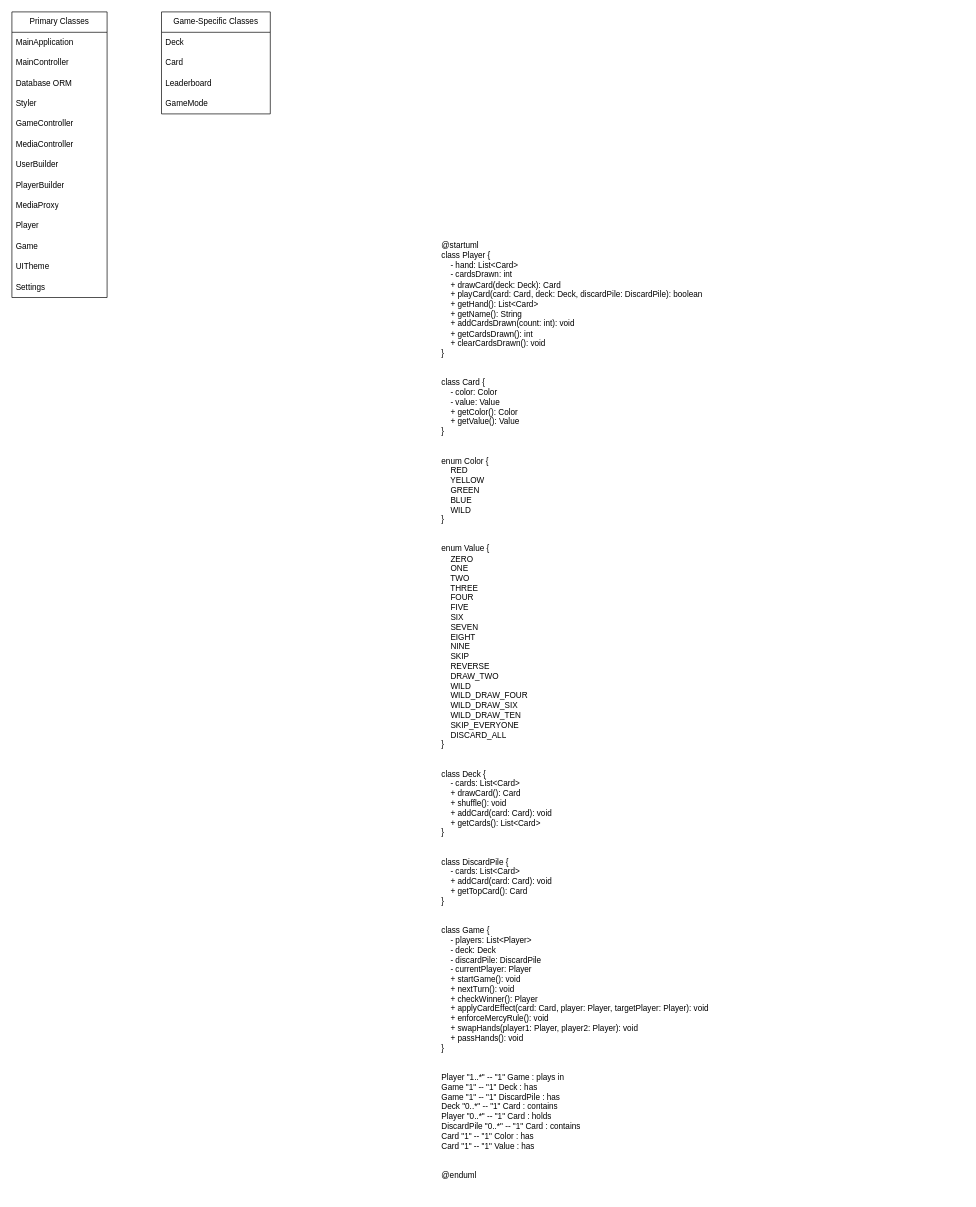
Above: page "Page-1" (1 of 2) of JavaRiceUML.drawio in TLEV6500/CSIT228-F2_Capstone_JavaRice (draw.io), before the change. Source tidied: cells renumbered, new cells numbered last; positions are measured from the earlier drawing's top-left corner, leaving out a move shared by most shapes. Both pictures are drawn from the tidied source at 68%, with x=0, y=0 at pixel (12, 12).
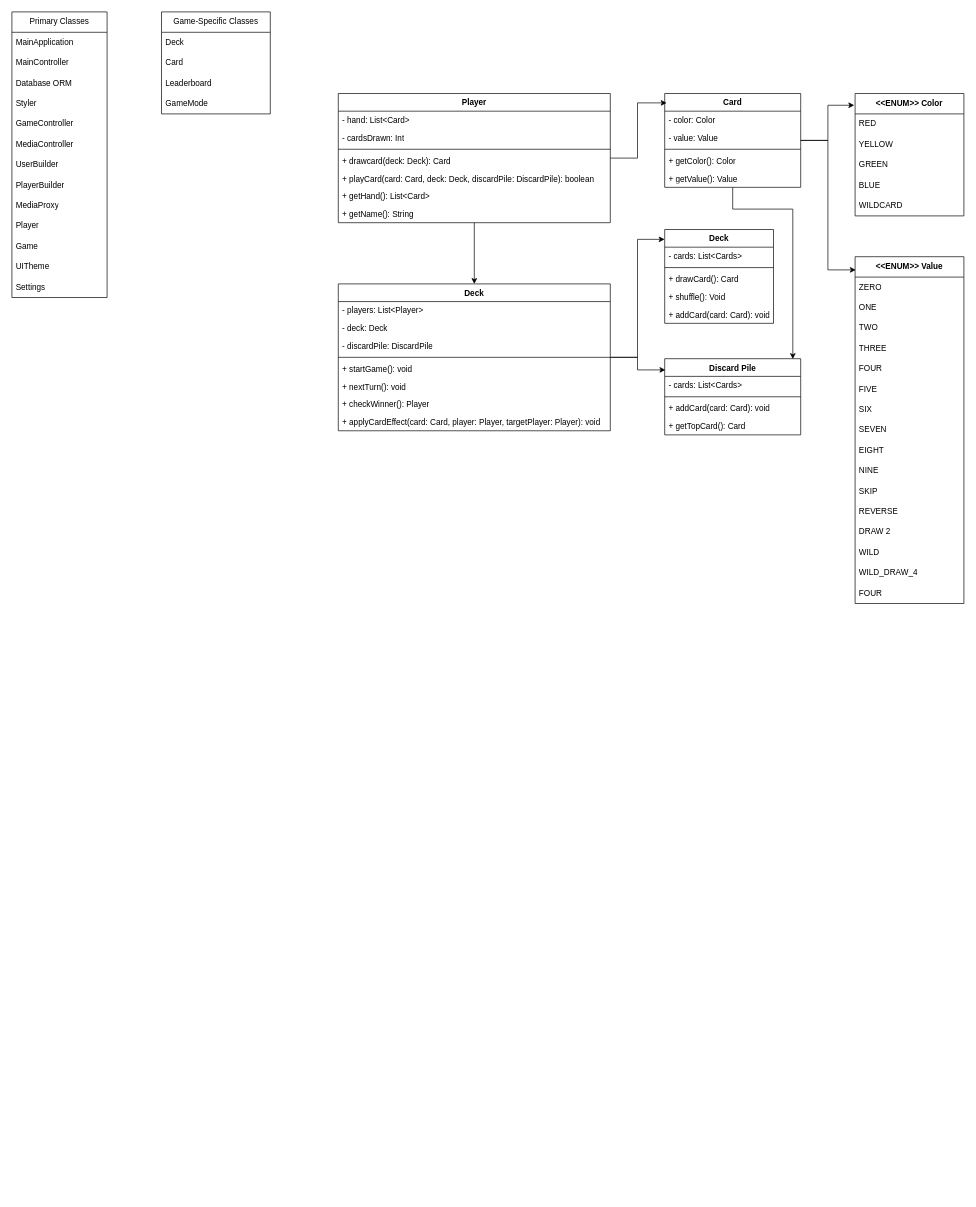
The same diagram, later.

Diff of the diagram source:
```diff
@@
-    <mxCell id="21" value="@startuml&#10;class Player {&#10;    - hand: List&lt;Card&gt;&#10;    - cardsDrawn: int&#10;    + drawCard(deck: Deck): Card&#10;    + playCard(card: Card, deck: Deck, discardPile: DiscardPile): boolean&#10;    + getHand(): List&lt;Card&gt;&#10;    + getName(): String&#10;    + addCardsDrawn(count: int): void&#10;    + getCardsDrawn(): int&#10;    + clearCardsDrawn(): void&#10;}&#10;&#10;&#10;class Card {&#10;    - color: Color&#10;    - value: Value&#10;    + getColor(): Color&#10;    + getValue(): Value&#10;}&#10;&#10;&#10;enum Color {&#10;    RED&#10;    YELLOW&#10;    GREEN&#10;    BLUE&#10;    WILD&#10;}&#10;&#10;&#10;enum Value {&#10;    ZERO&#10;    ONE&#10;    TWO&#10;    THREE&#10;    FOUR&#10;    FIVE&#10;    SIX&#10;    SEVEN&#10;    EIGHT&#10;    NINE&#10;    SKIP&#10;    REVERSE&#10;    DRAW_TWO&#10;    WILD&#10;    WILD_DRAW_FOUR&#10;    WILD_DRAW_SIX&#10;    WILD_DRAW_TEN&#10;    SKIP_EVERYONE&#10;    DISCARD_ALL&#10;}&#10;&#10;&#10;class Deck {&#10;    - cards: List&lt;Card&gt;&#10;    + drawCard(): Card&#10;    + shuffle(): void&#10;    + addCard(card: Card): void&#10;    + getCards(): List&lt;Card&gt;&#10;}&#10;&#10;&#10;class DiscardPile {&#10;    - cards: List&lt;Card&gt;&#10;    + addCard(card: Card): void&#10;    + getTopCard(): Card&#10;}&#10;&#10;&#10;class Game {&#10;    - players: List&lt;Player&gt;&#10;    - deck: Deck&#10;    - discardPile: DiscardPile&#10;    - currentPlayer: Player&#10;    + startGame(): void&#10;    + nextTurn(): void&#10;    + checkWinner(): Player&#10;    + applyCardEffect(card: Card, player: Player, targetPlayer: Player): void&#10;    + enforceMercyRule(): void&#10;    + swapHands(player1: Player, player2: Player): void&#10;    + passHands(): void&#10;}&#10;&#10;&#10;Player &quot;1..*&quot; -- &quot;1&quot; Game : plays in&#10;Game &quot;1&quot; -- &quot;1&quot; Deck : has&#10;Game &quot;1&quot; -- &quot;1&quot; DiscardPile : has&#10;Deck &quot;0..*&quot; -- &quot;1&quot; Card : contains&#10;Player &quot;0..*&quot; -- &quot;1&quot; Card : holds&#10;DiscardPile &quot;0..*&quot; -- &quot;1&quot; Card : contains&#10;Card &quot;1&quot; -- &quot;1&quot; Color : has&#10;Card &quot;1&quot; -- &quot;1&quot; Value : has&#10;&#10;&#10;@enduml" style="text;whiteSpace=wrap;" parent="1" vertex="1">
-      <mxGeometry x="630" y="330" width="430" height="1410" as="geometry" />
-    </mxCell>
+    <mxCell id="22" style="edgeStyle=orthogonalEdgeStyle;rounded=0;jettySize=auto;html=1;entryX=0.5;entryY=0;entryDx=0;entryDy=0;" parent="1" edge="1" source="23" target="66">
+      <mxGeometry relative="1" as="geometry" />
+    </mxCell>
+    <mxCell id="23" value="Player" style="swimlane;fontStyle=1;align=center;verticalAlign=top;horizontal=1;startSize=26;whiteSpace=wrap;html=1;" parent="1" vertex="1">
+      <mxGeometry x="480" y="120" width="400" height="190" as="geometry" />
+    </mxCell>
+    <mxCell id="24" value="- hand: List&amp;lt;Card&amp;gt;" style="text;strokeColor=none;fillColor=none;align=left;verticalAlign=top;spacingLeft=4;spacingRight=4;overflow=hidden;whiteSpace=wrap;html=1;" parent="23" vertex="1">
+      <mxGeometry y="26" width="400" height="26" as="geometry" />
+    </mxCell>
+    <mxCell id="25" value="- cardsDrawn: Int" style="text;strokeColor=none;fillColor=none;align=left;verticalAlign=top;spacingLeft=4;spacingRight=4;overflow=hidden;whiteSpace=wrap;html=1;" parent="23" vertex="1">
+      <mxGeometry y="52" width="400" height="26" as="geometry" />
+    </mxCell>
+    <mxCell id="26" style="line;strokeWidth=1;fillColor=none;align=left;verticalAlign=middle;spacingTop=-1;spacingLeft=3;spacingRight=3;labelPosition=right;strokeColor=inherit;" parent="23" vertex="1">
+      <mxGeometry y="78" width="400" height="8" as="geometry" />
+    </mxCell>
+    <mxCell id="27" value="+ drawcard(deck: Deck): Card" style="text;strokeColor=none;fillColor=none;align=left;verticalAlign=top;spacingLeft=4;spacingRight=4;overflow=hidden;whiteSpace=wrap;html=1;" parent="23" vertex="1">
+      <mxGeometry y="86" width="400" height="26" as="geometry" />
+    </mxCell>
+    <mxCell id="28" value="+ playCard(card: Card, deck: Deck, discardPile: DiscardPile): boolean" style="text;strokeColor=none;fillColor=none;align=left;verticalAlign=top;spacingLeft=4;spacingRight=4;overflow=hidden;whiteSpace=wrap;html=1;" parent="23" vertex="1">
+      <mxGeometry y="112" width="400" height="26" as="geometry" />
+    </mxCell>
+    <mxCell id="29" value="+ getHand(): List&amp;lt;Card&amp;gt;" style="text;strokeColor=none;fillColor=none;align=left;verticalAlign=top;spacingLeft=4;spacingRight=4;overflow=hidden;whiteSpace=wrap;html=1;" parent="23" vertex="1">
+      <mxGeometry y="138" width="400" height="26" as="geometry" />
+    </mxCell>
+    <mxCell id="30" value="+ getName(): String" style="text;strokeColor=none;fillColor=none;align=left;verticalAlign=top;spacingLeft=4;spacingRight=4;overflow=hidden;whiteSpace=wrap;html=1;" parent="23" vertex="1">
+      <mxGeometry y="164" width="400" height="26" as="geometry" />
+    </mxCell>
+    <mxCell id="31" value="Card" style="swimlane;fontStyle=1;align=center;verticalAlign=top;horizontal=1;startSize=26;whiteSpace=wrap;html=1;" parent="1" vertex="1">
+      <mxGeometry x="960" y="120" width="200" height="138" as="geometry" />
+    </mxCell>
+    <mxCell id="32" value="- color: Color" style="text;strokeColor=none;fillColor=none;align=left;verticalAlign=top;spacingLeft=4;spacingRight=4;overflow=hidden;whiteSpace=wrap;html=1;" parent="31" vertex="1">
+      <mxGeometry y="26" width="200" height="26" as="geometry" />
+    </mxCell>
+    <mxCell id="33" value="- value: Value" style="text;strokeColor=none;fillColor=none;align=left;verticalAlign=top;spacingLeft=4;spacingRight=4;overflow=hidden;whiteSpace=wrap;html=1;" parent="31" vertex="1">
+      <mxGeometry y="52" width="200" height="26" as="geometry" />
+    </mxCell>
+    <mxCell id="34" style="line;strokeWidth=1;fillColor=none;align=left;verticalAlign=middle;spacingTop=-1;spacingLeft=3;spacingRight=3;labelPosition=right;strokeColor=inherit;" parent="31" vertex="1">
+      <mxGeometry y="78" width="200" height="8" as="geometry" />
+    </mxCell>
+    <mxCell id="35" value="+ getColor(): Color" style="text;strokeColor=none;fillColor=none;align=left;verticalAlign=top;spacingLeft=4;spacingRight=4;overflow=hidden;whiteSpace=wrap;html=1;" parent="31" vertex="1">
+      <mxGeometry y="86" width="200" height="26" as="geometry" />
+    </mxCell>
+    <mxCell id="36" value="+ getValue(): Value" style="text;strokeColor=none;fillColor=none;align=left;verticalAlign=top;spacingLeft=4;spacingRight=4;overflow=hidden;whiteSpace=wrap;html=1;" parent="31" vertex="1">
+      <mxGeometry y="112" width="200" height="26" as="geometry" />
+    </mxCell>
+    <mxCell id="37" value="&lt;span style=&quot;font-weight: 700;&quot;&gt;&amp;lt;&amp;lt;ENUM&amp;gt;&amp;gt; Color&lt;/span&gt;" style="swimlane;fontStyle=0;horizontal=1;startSize=30;whiteSpace=wrap;html=1;" parent="1" vertex="1">
+      <mxGeometry x="1240" y="120" width="160" height="180" as="geometry" />
+    </mxCell>
+    <mxCell id="38" value="RED" style="text;strokeColor=none;fillColor=none;align=left;verticalAlign=middle;spacingLeft=4;spacingRight=4;overflow=hidden;whiteSpace=wrap;html=1;" parent="37" vertex="1">
+      <mxGeometry y="30" width="160" height="30" as="geometry" />
+    </mxCell>
+    <mxCell id="39" value="YELLOW" style="text;strokeColor=none;fillColor=none;align=left;verticalAlign=middle;spacingLeft=4;spacingRight=4;overflow=hidden;whiteSpace=wrap;html=1;" parent="37" vertex="1">
+      <mxGeometry y="60" width="160" height="30" as="geometry" />
+    </mxCell>
+    <mxCell id="40" value="GREEN" style="text;strokeColor=none;fillColor=none;align=left;verticalAlign=middle;spacingLeft=4;spacingRight=4;overflow=hidden;whiteSpace=wrap;html=1;" parent="37" vertex="1">
+      <mxGeometry y="90" width="160" height="30" as="geometry" />
+    </mxCell>
+    <mxCell id="41" value="BLUE" style="text;strokeColor=none;fillColor=none;align=left;verticalAlign=middle;spacingLeft=4;spacingRight=4;overflow=hidden;whiteSpace=wrap;html=1;" parent="37" vertex="1">
+      <mxGeometry y="120" width="160" height="30" as="geometry" />
+    </mxCell>
+    <mxCell id="42" value="WILDCARD" style="text;strokeColor=none;fillColor=none;align=left;verticalAlign=middle;spacingLeft=4;spacingRight=4;overflow=hidden;whiteSpace=wrap;html=1;" parent="37" vertex="1">
+      <mxGeometry y="150" width="160" height="30" as="geometry" />
+    </mxCell>
+    <mxCell id="43" value="&lt;span style=&quot;font-weight: 700;&quot;&gt;&amp;lt;&amp;lt;ENUM&amp;gt;&amp;gt; Value&lt;/span&gt;" style="swimlane;fontStyle=0;horizontal=1;startSize=30;whiteSpace=wrap;html=1;" parent="1" vertex="1">
+      <mxGeometry x="1240" y="360" width="160" height="510" as="geometry" />
+    </mxCell>
+    <mxCell id="44" value="ZERO" style="text;strokeColor=none;fillColor=none;align=left;verticalAlign=middle;spacingLeft=4;spacingRight=4;overflow=hidden;whiteSpace=wrap;html=1;" parent="43" vertex="1">
+      <mxGeometry y="30" width="160" height="30" as="geometry" />
+    </mxCell>
+    <mxCell id="45" value="ONE" style="text;strokeColor=none;fillColor=none;align=left;verticalAlign=middle;spacingLeft=4;spacingRight=4;overflow=hidden;whiteSpace=wrap;html=1;" parent="43" vertex="1">
+      <mxGeometry y="60" width="160" height="30" as="geometry" />
+    </mxCell>
+    <mxCell id="46" value="TWO" style="text;strokeColor=none;fillColor=none;align=left;verticalAlign=middle;spacingLeft=4;spacingRight=4;overflow=hidden;whiteSpace=wrap;html=1;" parent="43" vertex="1">
+      <mxGeometry y="90" width="160" height="30" as="geometry" />
+    </mxCell>
+    <mxCell id="47" value="THREE" style="text;strokeColor=none;fillColor=none;align=left;verticalAlign=middle;spacingLeft=4;spacingRight=4;overflow=hidden;whiteSpace=wrap;html=1;" parent="43" vertex="1">
+      <mxGeometry y="120" width="160" height="30" as="geometry" />
+    </mxCell>
+    <mxCell id="48" value="FOUR" style="text;strokeColor=none;fillColor=none;align=left;verticalAlign=middle;spacingLeft=4;spacingRight=4;overflow=hidden;whiteSpace=wrap;html=1;" parent="43" vertex="1">
+      <mxGeometry y="150" width="160" height="30" as="geometry" />
+    </mxCell>
+    <mxCell id="49" value="FIVE" style="text;strokeColor=none;fillColor=none;align=left;verticalAlign=middle;spacingLeft=4;spacingRight=4;overflow=hidden;whiteSpace=wrap;html=1;" parent="43" vertex="1">
+      <mxGeometry y="180" width="160" height="30" as="geometry" />
+    </mxCell>
+    <mxCell id="50" value="SIX" style="text;strokeColor=none;fillColor=none;align=left;verticalAlign=middle;spacingLeft=4;spacingRight=4;overflow=hidden;whiteSpace=wrap;html=1;" parent="43" vertex="1">
+      <mxGeometry y="210" width="160" height="30" as="geometry" />
+    </mxCell>
+    <mxCell id="51" value="SEVEN" style="text;strokeColor=none;fillColor=none;align=left;verticalAlign=middle;spacingLeft=4;spacingRight=4;overflow=hidden;whiteSpace=wrap;html=1;" parent="43" vertex="1">
+      <mxGeometry y="240" width="160" height="30" as="geometry" />
+    </mxCell>
+    <mxCell id="52" value="EIGHT" style="text;strokeColor=none;fillColor=none;align=left;verticalAlign=middle;spacingLeft=4;spacingRight=4;overflow=hidden;whiteSpace=wrap;html=1;" parent="43" vertex="1">
+      <mxGeometry y="270" width="160" height="30" as="geometry" />
+    </mxCell>
+    <mxCell id="53" value="NINE" style="text;strokeColor=none;fillColor=none;align=left;verticalAlign=middle;spacingLeft=4;spacingRight=4;overflow=hidden;whiteSpace=wrap;html=1;" parent="43" vertex="1">
+      <mxGeometry y="300" width="160" height="30" as="geometry" />
+    </mxCell>
+    <mxCell id="54" value="SKIP" style="text;strokeColor=none;fillColor=none;align=left;verticalAlign=middle;spacingLeft=4;spacingRight=4;overflow=hidden;whiteSpace=wrap;html=1;" parent="43" vertex="1">
+      <mxGeometry y="330" width="160" height="30" as="geometry" />
+    </mxCell>
+    <mxCell id="55" value="REVERSE" style="text;strokeColor=none;fillColor=none;align=left;verticalAlign=middle;spacingLeft=4;spacingRight=4;overflow=hidden;whiteSpace=wrap;html=1;" parent="43" vertex="1">
+      <mxGeometry y="360" width="160" height="30" as="geometry" />
+    </mxCell>
+    <mxCell id="56" value="DRAW 2" style="text;strokeColor=none;fillColor=none;align=left;verticalAlign=middle;spacingLeft=4;spacingRight=4;overflow=hidden;whiteSpace=wrap;html=1;" parent="43" vertex="1">
+      <mxGeometry y="390" width="160" height="30" as="geometry" />
+    </mxCell>
+    <mxCell id="57" value="WILD" style="text;strokeColor=none;fillColor=none;align=left;verticalAlign=middle;spacingLeft=4;spacingRight=4;overflow=hidden;whiteSpace=wrap;html=1;" parent="43" vertex="1">
+      <mxGeometry y="420" width="160" height="30" as="geometry" />
+    </mxCell>
+    <mxCell id="58" value="WILD_DRAW_4" style="text;strokeColor=none;fillColor=none;align=left;verticalAlign=middle;spacingLeft=4;spacingRight=4;overflow=hidden;whiteSpace=wrap;html=1;" parent="43" vertex="1">
+      <mxGeometry y="450" width="160" height="30" as="geometry" />
+    </mxCell>
+    <mxCell id="59" value="FOUR" style="text;strokeColor=none;fillColor=none;align=left;verticalAlign=middle;spacingLeft=4;spacingRight=4;overflow=hidden;whiteSpace=wrap;html=1;" parent="43" vertex="1">
+      <mxGeometry y="480" width="160" height="30" as="geometry" />
+    </mxCell>
+    <mxCell id="60" value="Deck" style="swimlane;fontStyle=1;align=center;verticalAlign=top;horizontal=1;startSize=26;whiteSpace=wrap;html=1;" parent="1" vertex="1">
+      <mxGeometry x="960" y="320" width="160" height="138" as="geometry" />
+    </mxCell>
+    <mxCell id="61" value="- cards: List&amp;lt;Cards&amp;gt;" style="text;strokeColor=none;fillColor=none;align=left;verticalAlign=top;spacingLeft=4;spacingRight=4;overflow=hidden;whiteSpace=wrap;html=1;" parent="60" vertex="1">
+      <mxGeometry y="26" width="160" height="26" as="geometry" />
+    </mxCell>
+    <mxCell id="62" style="line;strokeWidth=1;fillColor=none;align=left;verticalAlign=middle;spacingTop=-1;spacingLeft=3;spacingRight=3;labelPosition=right;strokeColor=inherit;" parent="60" vertex="1">
+      <mxGeometry y="52" width="160" height="8" as="geometry" />
+    </mxCell>
+    <mxCell id="63" value="+ drawCard(): Card" style="text;strokeColor=none;fillColor=none;align=left;verticalAlign=top;spacingLeft=4;spacingRight=4;overflow=hidden;whiteSpace=wrap;html=1;" parent="60" vertex="1">
+      <mxGeometry y="60" width="160" height="26" as="geometry" />
+    </mxCell>
+    <mxCell id="64" value="+ shuffle(): Void" style="text;strokeColor=none;fillColor=none;align=left;verticalAlign=top;spacingLeft=4;spacingRight=4;overflow=hidden;whiteSpace=wrap;html=1;" parent="60" vertex="1">
+      <mxGeometry y="86" width="160" height="26" as="geometry" />
+    </mxCell>
+    <mxCell id="65" value="+ addCard(card: Card): void" style="text;strokeColor=none;fillColor=none;align=left;verticalAlign=top;spacingLeft=4;spacingRight=4;overflow=hidden;whiteSpace=wrap;html=1;" parent="60" vertex="1">
+      <mxGeometry y="112" width="160" height="26" as="geometry" />
+    </mxCell>
+    <mxCell id="66" value="Deck" style="swimlane;fontStyle=1;align=center;verticalAlign=top;horizontal=1;startSize=26;whiteSpace=wrap;html=1;" parent="1" vertex="1">
+      <mxGeometry x="480" y="400" width="400" height="216" as="geometry" />
+    </mxCell>
+    <mxCell id="67" value="- players: List&amp;lt;Player&amp;gt;" style="text;strokeColor=none;fillColor=none;align=left;verticalAlign=top;spacingLeft=4;spacingRight=4;overflow=hidden;whiteSpace=wrap;html=1;" parent="66" vertex="1">
+      <mxGeometry y="26" width="400" height="26" as="geometry" />
+    </mxCell>
+    <mxCell id="68" value="- deck: Deck" style="text;strokeColor=none;fillColor=none;align=left;verticalAlign=top;spacingLeft=4;spacingRight=4;overflow=hidden;whiteSpace=wrap;html=1;" parent="66" vertex="1">
+      <mxGeometry y="52" width="400" height="26" as="geometry" />
+    </mxCell>
+    <mxCell id="69" value="- discardPile: DiscardPile" style="text;strokeColor=none;fillColor=none;align=left;verticalAlign=top;spacingLeft=4;spacingRight=4;overflow=hidden;whiteSpace=wrap;html=1;" parent="66" vertex="1">
+      <mxGeometry y="78" width="400" height="26" as="geometry" />
+    </mxCell>
+    <mxCell id="70" style="line;strokeWidth=1;fillColor=none;align=left;verticalAlign=middle;spacingTop=-1;spacingLeft=3;spacingRight=3;labelPosition=right;strokeColor=inherit;" parent="66" vertex="1">
+      <mxGeometry y="104" width="400" height="8" as="geometry" />
+    </mxCell>
+    <mxCell id="71" value="+ startGame(): void" style="text;strokeColor=none;fillColor=none;align=left;verticalAlign=top;spacingLeft=4;spacingRight=4;overflow=hidden;whiteSpace=wrap;html=1;" parent="66" vertex="1">
+      <mxGeometry y="112" width="400" height="26" as="geometry" />
+    </mxCell>
+    <mxCell id="72" value="+ nextTurn(): void" style="text;strokeColor=none;fillColor=none;align=left;verticalAlign=top;spacingLeft=4;spacingRight=4;overflow=hidden;whiteSpace=wrap;html=1;" parent="66" vertex="1">
+      <mxGeometry y="138" width="400" height="26" as="geometry" />
+    </mxCell>
+    <mxCell id="73" value="+ checkWinner(): Player" style="text;strokeColor=none;fillColor=none;align=left;verticalAlign=top;spacingLeft=4;spacingRight=4;overflow=hidden;whiteSpace=wrap;html=1;" parent="66" vertex="1">
+      <mxGeometry y="164" width="400" height="26" as="geometry" />
+    </mxCell>
+    <mxCell id="74" value="+ applyCardEffect(card: Card, player:&amp;nbsp;Player, targetPlayer: Player): void" style="text;strokeColor=none;fillColor=none;align=left;verticalAlign=top;spacingLeft=4;spacingRight=4;overflow=hidden;whiteSpace=wrap;html=1;" parent="66" vertex="1">
+      <mxGeometry y="190" width="400" height="26" as="geometry" />
+    </mxCell>
+    <mxCell id="75" value="Discard Pile" style="swimlane;fontStyle=1;align=center;verticalAlign=top;horizontal=1;startSize=26;whiteSpace=wrap;html=1;" parent="1" vertex="1">
+      <mxGeometry x="960" y="510" width="200" height="112" as="geometry" />
+    </mxCell>
+    <mxCell id="76" value="- cards: List&amp;lt;Cards&amp;gt;" style="text;strokeColor=none;fillColor=none;align=left;verticalAlign=top;spacingLeft=4;spacingRight=4;overflow=hidden;whiteSpace=wrap;html=1;" parent="75" vertex="1">
+      <mxGeometry y="26" width="200" height="26" as="geometry" />
+    </mxCell>
+    <mxCell id="77" style="line;strokeWidth=1;fillColor=none;align=left;verticalAlign=middle;spacingTop=-1;spacingLeft=3;spacingRight=3;labelPosition=right;strokeColor=inherit;" parent="75" vertex="1">
+      <mxGeometry y="52" width="200" height="8" as="geometry" />
+    </mxCell>
+    <mxCell id="78" value="+ addCard(card: Card): void" style="text;strokeColor=none;fillColor=none;align=left;verticalAlign=top;spacingLeft=4;spacingRight=4;overflow=hidden;whiteSpace=wrap;html=1;" parent="75" vertex="1">
+      <mxGeometry y="60" width="200" height="26" as="geometry" />
+    </mxCell>
+    <mxCell id="79" value="+ getTopCard(): Card" style="text;strokeColor=none;fillColor=none;align=left;verticalAlign=top;spacingLeft=4;spacingRight=4;overflow=hidden;whiteSpace=wrap;html=1;" parent="75" vertex="1">
+      <mxGeometry y="86" width="200" height="26" as="geometry" />
+    </mxCell>
+    <mxCell id="80" style="edgeStyle=orthogonalEdgeStyle;rounded=0;jettySize=auto;html=1;entryX=0.014;entryY=0.1;entryDx=0;entryDy=0;entryPerimeter=0;" parent="1" edge="1" source="23" target="31">
+      <mxGeometry relative="1" as="geometry" />
+    </mxCell>
+    <mxCell id="81" style="edgeStyle=orthogonalEdgeStyle;rounded=0;jettySize=auto;html=1;entryX=-0.008;entryY=0.096;entryDx=0;entryDy=0;entryPerimeter=0;" parent="1" edge="1" source="31" target="37">
+      <mxGeometry relative="1" as="geometry" />
+    </mxCell>
+    <mxCell id="82" style="edgeStyle=orthogonalEdgeStyle;rounded=0;jettySize=auto;html=1;entryX=0.006;entryY=0.038;entryDx=0;entryDy=0;entryPerimeter=0;" parent="1" edge="1" source="31" target="43">
+      <mxGeometry relative="1" as="geometry" />
+    </mxCell>
+    <mxCell id="83" style="edgeStyle=orthogonalEdgeStyle;rounded=0;jettySize=auto;html=1;entryX=0.942;entryY=0.004;entryDx=0;entryDy=0;entryPerimeter=0;" parent="1" edge="1" source="31" target="75">
+      <mxGeometry relative="1" as="geometry">
+        <Array as="points">
+          <mxPoint x="1060" y="290" />
+          <mxPoint x="1148" y="290" />
+        </Array>
+      </mxGeometry>
+    </mxCell>
+    <mxCell id="84" style="edgeStyle=orthogonalEdgeStyle;rounded=0;jettySize=auto;html=1;entryX=-0.001;entryY=0.105;entryDx=0;entryDy=0;entryPerimeter=0;" parent="1" edge="1" source="66" target="60">
+      <mxGeometry relative="1" as="geometry" />
+    </mxCell>
+    <mxCell id="85" style="edgeStyle=orthogonalEdgeStyle;rounded=0;jettySize=auto;html=1;entryX=0.005;entryY=0.147;entryDx=0;entryDy=0;entryPerimeter=0;" parent="1" edge="1" source="66" target="75">
+      <mxGeometry relative="1" as="geometry" />
+    </mxCell>
```
